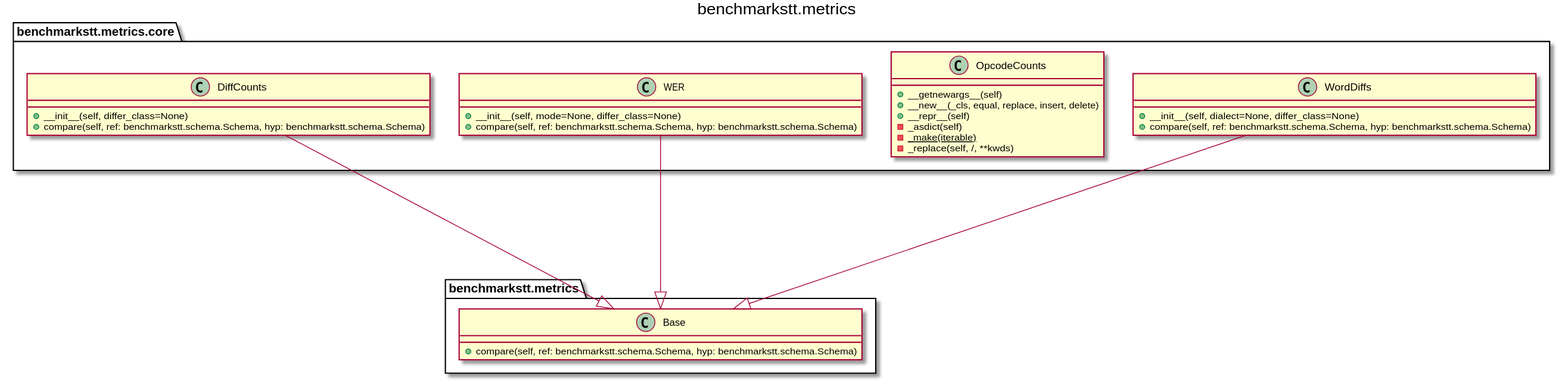
Above: docs/_static/uml/benchmarkstt.metrics.svg in ebu/benchmarkstt (PlantUML), before the change.
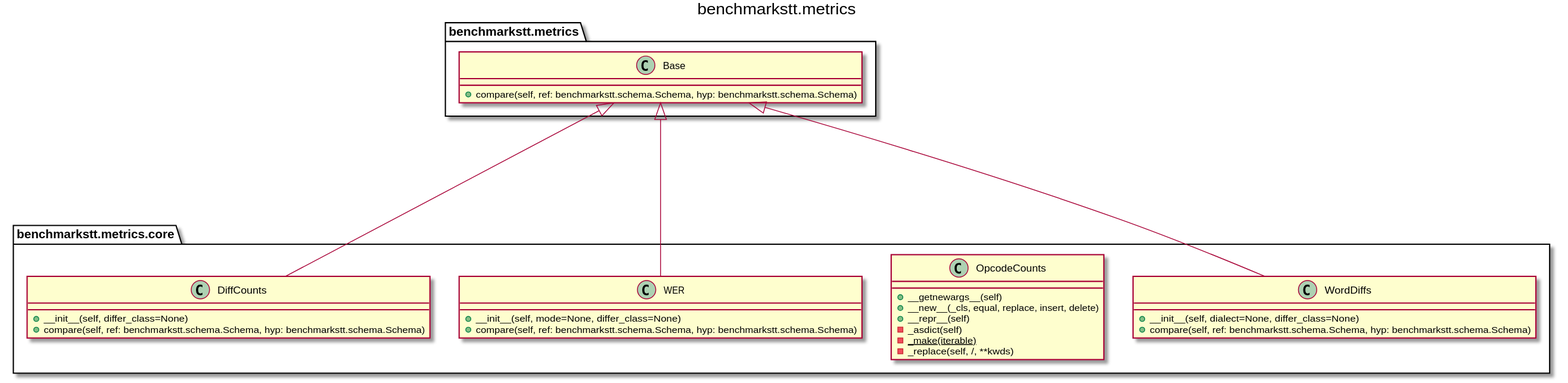
After the commit.

What changed in the source:
```diff
@@ -1,40 +1,66 @@
 @startuml
+
 title benchmarkstt.metrics
 
 package benchmarkstt.metrics {
 
 	class benchmarkstt.metrics.Base [[https://benchmarkstt.readthedocs.io/en/latest/modules/benchmarkstt.metrics.html#benchmarkstt.metrics.Base]] {
-	+compare(self, ref: benchmarkstt.schema.Schema, hyp: benchmarkstt.schema.Schema)
+		+compare(self, ref: benchmarkstt.schema.Schema, hyp: benchmarkstt.schema.Schema)
 	}
+
+
+
 }
+
+package benchmarkstt.metrics {
+
+
+
+}
+
+package benchmarkstt.metrics {
+
+
+
+}
+
 package benchmarkstt.metrics.core {
 
+
 	class benchmarkstt.metrics.core.DiffCounts [[https://benchmarkstt.readthedocs.io/en/latest/modules/benchmarkstt.metrics.core.html#benchmarkstt.metrics.core.DiffCounts]] {
-	+__init__(self, differ_class=None)
-	+compare(self, ref: benchmarkstt.schema.Schema, hyp: benchmarkstt.schema.Schema)
+		+__init__(self, differ_class=None)
+		+compare(self, ref: benchmarkstt.schema.Schema, hyp: benchmarkstt.schema.Schema)
 	}
 
+
 	class benchmarkstt.metrics.core.OpcodeCounts [[https://benchmarkstt.readthedocs.io/en/latest/modules/benchmarkstt.metrics.core.html#benchmarkstt.metrics.core.OpcodeCounts]] {
-	+__getnewargs__(self)
-	+__new__(_cls, equal, replace, insert, delete)
-	+__repr__(self)
-	-_asdict(self)
-	{static} -_make(iterable)
-	-_replace(self, /, **kwds)
+		+__getnewargs__(self)
+		+__new__(_cls, equal, replace, insert, delete)
+		+__repr__(self)
+		-_asdict(self)
+		{static} -_make(iterable)
+		-_replace(self, /, **kwds)
 	}
 
+
+
+
 	class benchmarkstt.metrics.core.WER [[https://benchmarkstt.readthedocs.io/en/latest/modules/benchmarkstt.metrics.core.html#benchmarkstt.metrics.core.WER]] {
-	+__init__(self, mode=None, differ_class=None)
-	+compare(self, ref: benchmarkstt.schema.Schema, hyp: benchmarkstt.schema.Schema)
+		+__init__(self, mode=None, differ_class=None)
+		+compare(self, ref: benchmarkstt.schema.Schema, hyp: benchmarkstt.schema.Schema)
 	}
 
+
 	class benchmarkstt.metrics.core.WordDiffs [[https://benchmarkstt.readthedocs.io/en/latest/modules/benchmarkstt.metrics.core.html#benchmarkstt.metrics.core.WordDiffs]] {
-	+__init__(self, dialect=None, differ_class=None)
-	+compare(self, ref: benchmarkstt.schema.Schema, hyp: benchmarkstt.schema.Schema)
+		+__init__(self, dialect=None, differ_class=None)
+		+compare(self, ref: benchmarkstt.schema.Schema, hyp: benchmarkstt.schema.Schema)
 	}
+
 }
 
-benchmarkstt.metrics.core.DiffCounts ----|> benchmarkstt.metrics.Base
-benchmarkstt.metrics.core.WER ----|> benchmarkstt.metrics.Base
-benchmarkstt.metrics.core.WordDiffs ----|> benchmarkstt.metrics.Base
+
+benchmarkstt.metrics.core.DiffCounts --up--|> benchmarkstt.metrics.Base
+benchmarkstt.metrics.core.WER --up--|> benchmarkstt.metrics.Base
+benchmarkstt.metrics.core.WordDiffs --up--|> benchmarkstt.metrics.Base
+
 @enduml
```
